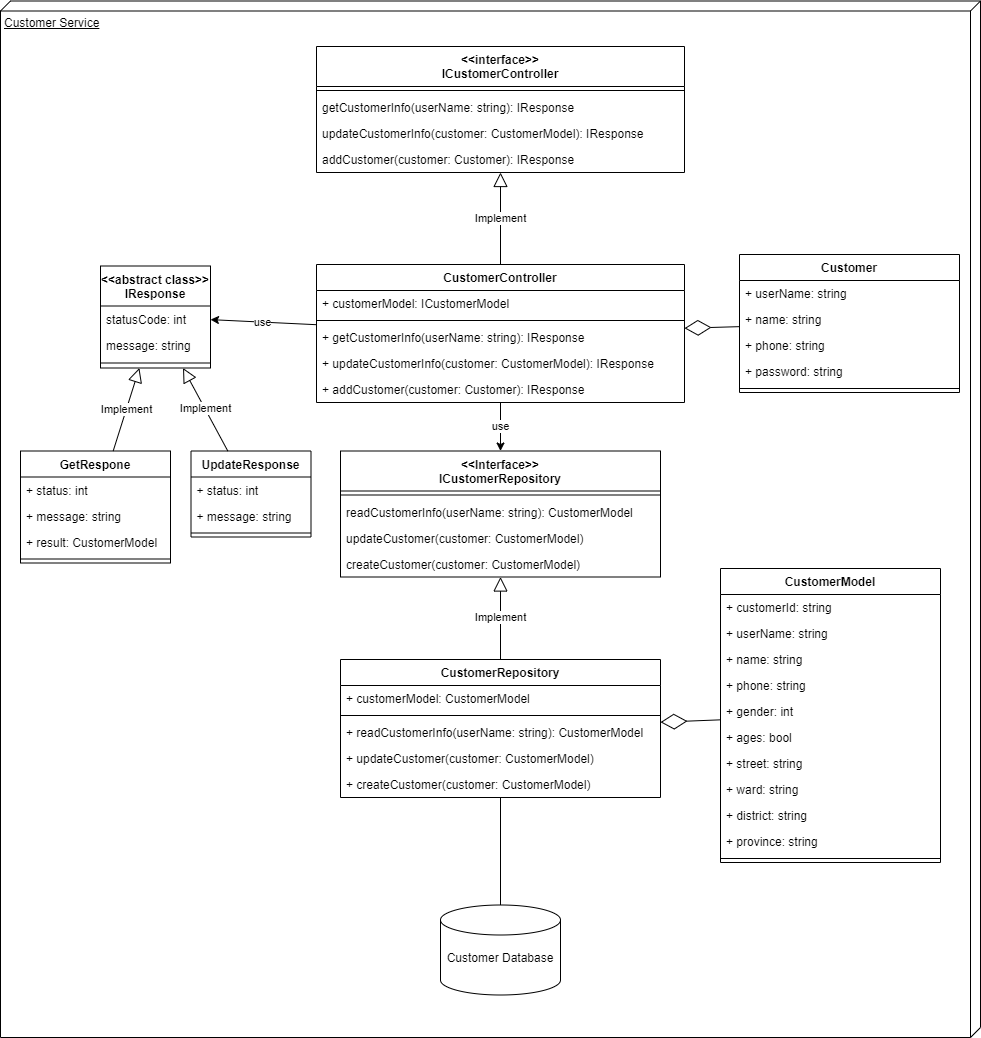
hienbui-iwrp/DACN_report keeps this draw.io diagram as img/Architecture/service/CustomerService.png. Above is the earlier version. Source tidied: cells renumbered, new cells last; positions are measured from the earlier drawing's top-left corner, leaving out a move shared by most shapes.
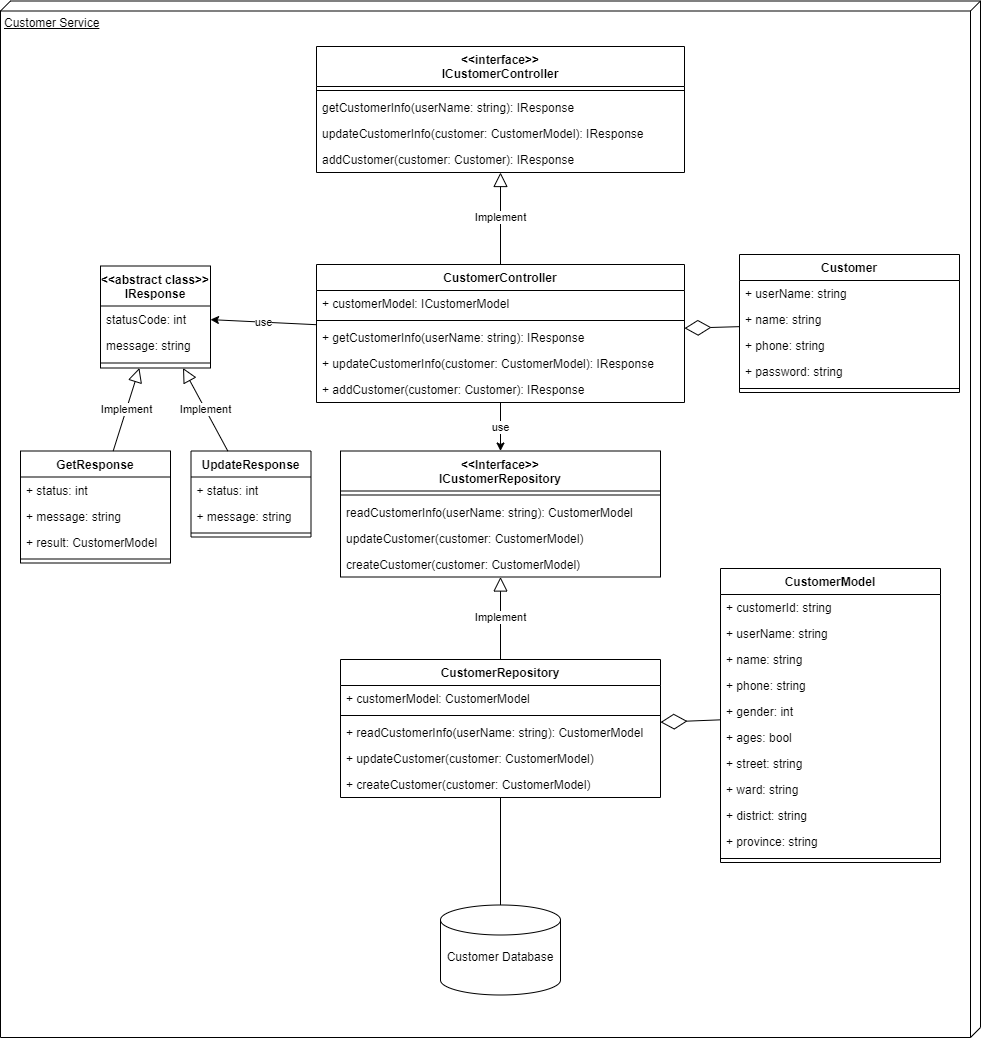
After the change.

Commit message:
SAMPLE branch service

What changed in the source:
```diff
@@ -149,7 +149,7 @@
     <mxCell id="50" style="line;html=1;strokeWidth=1;align=left;verticalAlign=middle;spacingTop=-1;spacingLeft=3;spacingRight=3;labelPosition=right;" parent="47" vertex="1">
       <mxGeometry y="92" width="110" height="10" as="geometry" />
     </mxCell>
-    <mxCell id="51" value="GetRespone" style="swimlane;fontStyle=1;align=center;verticalAlign=top;horizontal=1;startSize=26;" parent="1" vertex="1">
+    <mxCell id="51" value="GetResponse" style="swimlane;fontStyle=1;align=center;verticalAlign=top;horizontal=1;startSize=26;" parent="1" vertex="1">
       <mxGeometry x="20" y="449.5" width="150" height="112" as="geometry" />
     </mxCell>
     <mxCell id="52" value="+ status: int" style="text;strokeColor=none;fillColor=none;align=left;verticalAlign=top;spacingLeft=4;spacingRight=4;overflow=hidden;" parent="51" vertex="1">
```
